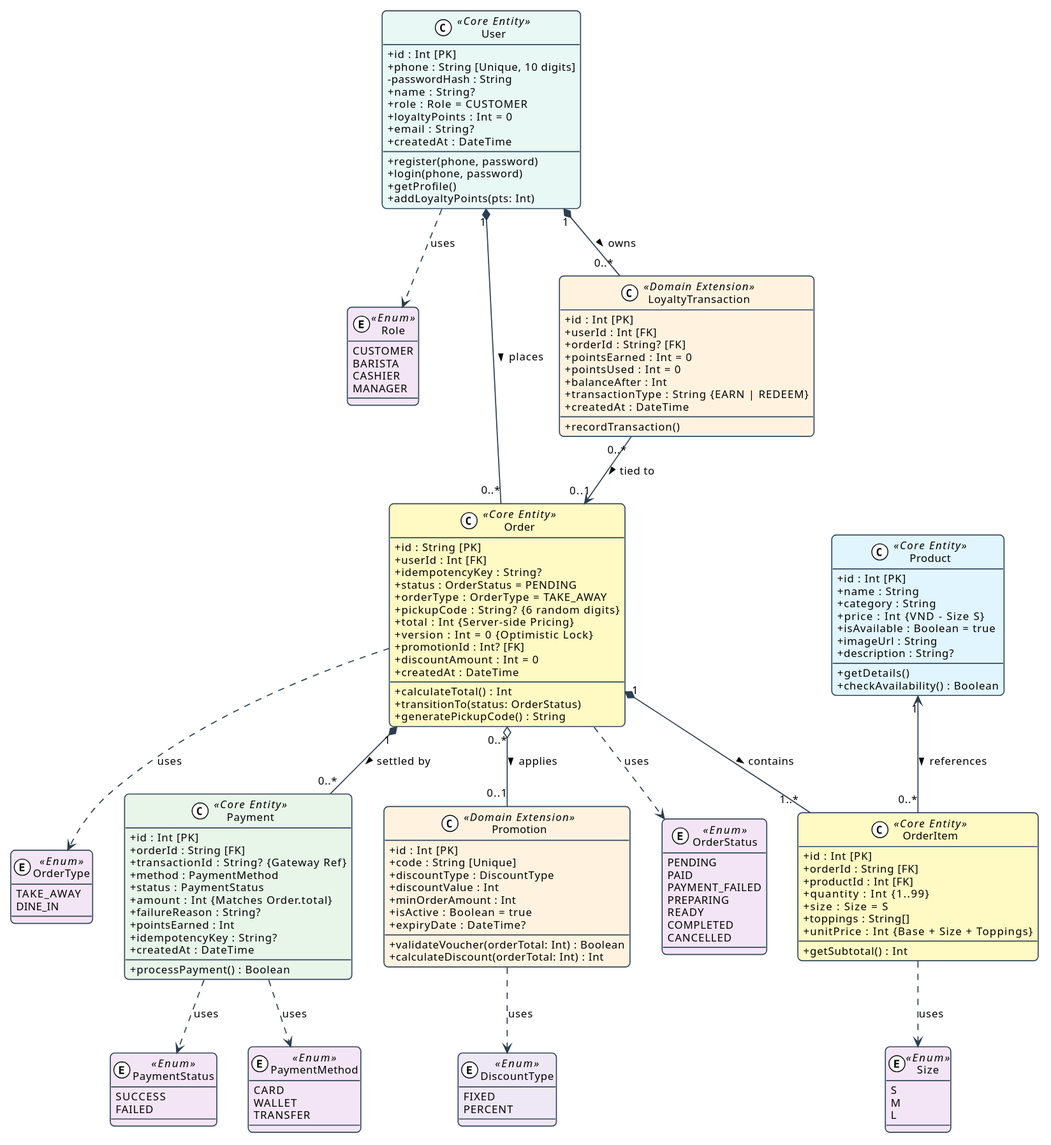
Earlier version of the PlantUML export docs/diagrams/class-domain.svg (Longcodepro/Project_SE_Assignment02_HK1_2026_2027).
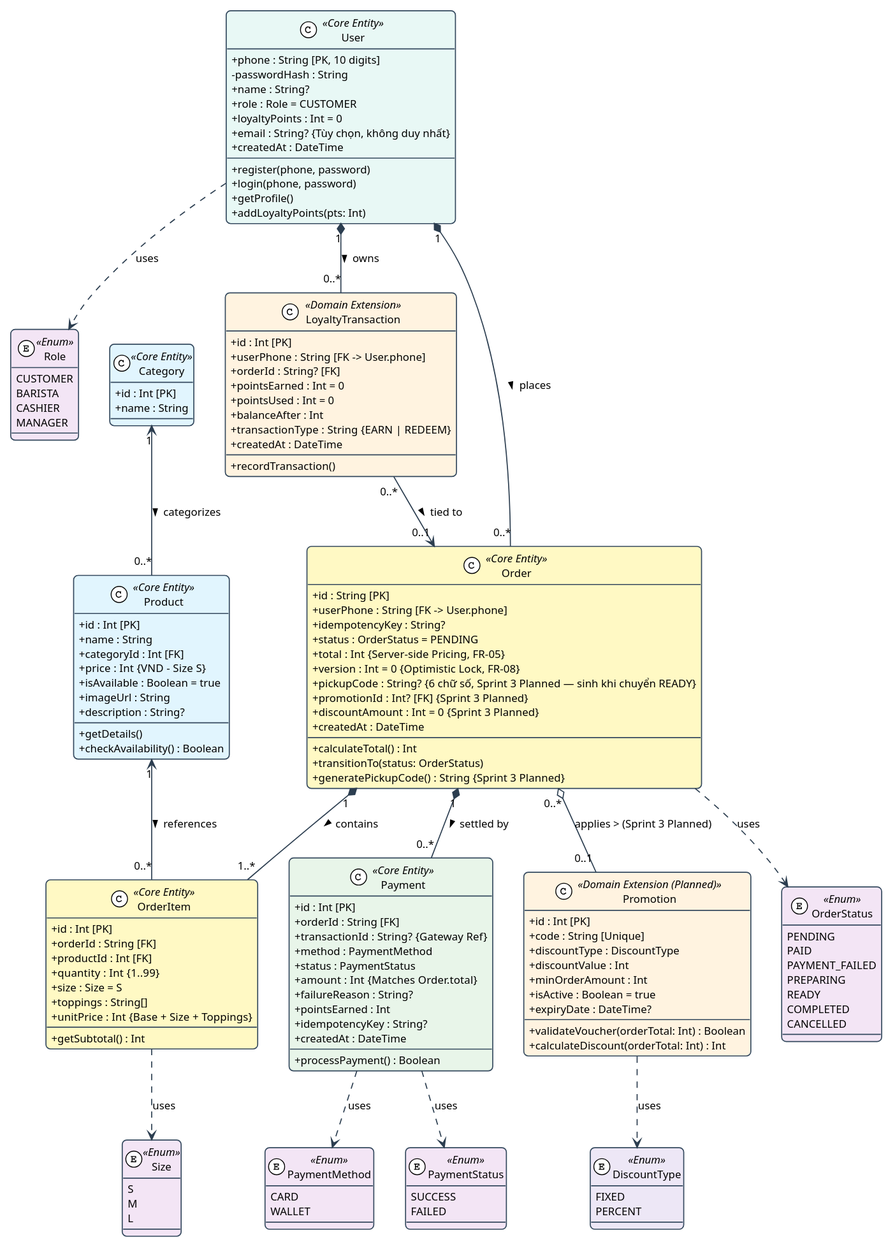
Above is the later version.

Commit message:
docs(task-2.3): đồng bộ class domain diagram với số điện thoại làm khóa chính và bổ sung lớp Category

The edit, as a diff of the source:
```diff
@@ -29,11 +29,6 @@
   CANCELLED
 }
 
-enum OrderType <<Enum>> #F3E5F5 {
-  TAKE_AWAY
-  DINE_IN
-}
-
 enum Size <<Enum>> #F3E5F5 {
   S
   M
@@ -43,7 +38,6 @@
 enum PaymentMethod <<Enum>> #F3E5F5 {
   CARD
   WALLET
-  TRANSFER
 }
 
 enum PaymentStatus <<Enum>> #F3E5F5 {
@@ -57,13 +51,12 @@
 }
 
 class User <<Core Entity>> #E8F8F5 {
-  + id : Int [PK]
-  + phone : String [Unique, 10 digits]
+  + phone : String [PK, 10 digits]
   - passwordHash : String
   + name : String?
   + role : Role = CUSTOMER
   + loyaltyPoints : Int = 0
-  + email : String?
+  + email : String? {Tùy chọn, không duy nhất}
   + createdAt : DateTime
   __
   + register(phone, password)
@@ -72,10 +65,15 @@
   + addLoyaltyPoints(pts: Int)
 }
 
+class Category <<Core Entity>> #E1F5FE {
+  + id : Int [PK]
+  + name : String
+}
+
 class Product <<Core Entity>> #E1F5FE {
   + id : Int [PK]
   + name : String
-  + category : String
+  + categoryId : Int [FK]
   + price : Int  {VND - Size S}
   + isAvailable : Boolean = true
   + imageUrl : String
@@ -87,20 +85,19 @@
 
 class Order <<Core Entity>> #FFF9C4 {
   + id : String [PK]
-  + userId : Int [FK]
+  + userPhone : String [FK -> User.phone]
   + idempotencyKey : String?
   + status : OrderStatus = PENDING
-  + orderType : OrderType = TAKE_AWAY
-  + pickupCode : String?  {6 random digits}
-  + total : Int  {Server-side Pricing}
-  + version : Int = 0  {Optimistic Lock}
-  + promotionId : Int? [FK]
-  + discountAmount : Int = 0
+  + total : Int  {Server-side Pricing, FR-05}
+  + version : Int = 0  {Optimistic Lock, FR-08}
+  + pickupCode : String?  {6 chữ số, Sprint 3 Planned — sinh khi chuyển READY}
+  + promotionId : Int? [FK]  {Sprint 3 Planned}
+  + discountAmount : Int = 0  {Sprint 3 Planned}
   + createdAt : DateTime
   __
   + calculateTotal() : Int
   + transitionTo(status: OrderStatus)
-  + generatePickupCode() : String
+  + generatePickupCode() : String  {Sprint 3 Planned}
 }
 
 class OrderItem <<Core Entity>> #FFF9C4 {
@@ -130,7 +127,7 @@
   + processPayment() : Boolean
 }
 
-class Promotion <<Domain Extension>> #FFF3E0 {
+class Promotion <<Domain Extension (Planned)>> #FFF3E0 {
   + id : Int [PK]
   + code : String [Unique]
   + discountType : DiscountType
@@ -145,7 +142,7 @@
 
 class LoyaltyTransaction <<Domain Extension>> #FFF3E0 {
   + id : Int [PK]
-  + userId : Int [FK]
+  + userPhone : String [FK -> User.phone]
   + orderId : String? [FK]
   + pointsEarned : Int = 0
   + pointsUsed : Int = 0
@@ -161,15 +158,15 @@
 
 Order "1" *-- "1..*" OrderItem : "contains >"
 Product "1" <-- "0..*" OrderItem : "references >"
+Category "1" <-- "0..*" Product : "categorizes >"
 
 Order "1" *-- "0..*" Payment : "settled by >"
-Order "0..*" o-- "0..1" Promotion : "applies >"
+Order "0..*" o-- "0..1" Promotion : "applies > (Sprint 3 Planned)"
 
 LoyaltyTransaction "0..*" --> "0..1" Order : "tied to >"
 
 User ..> Role : uses
 Order ..> OrderStatus : uses
-Order ..> OrderType : uses
 OrderItem ..> Size : uses
 Payment ..> PaymentMethod : uses
 Payment ..> PaymentStatus : uses
```
